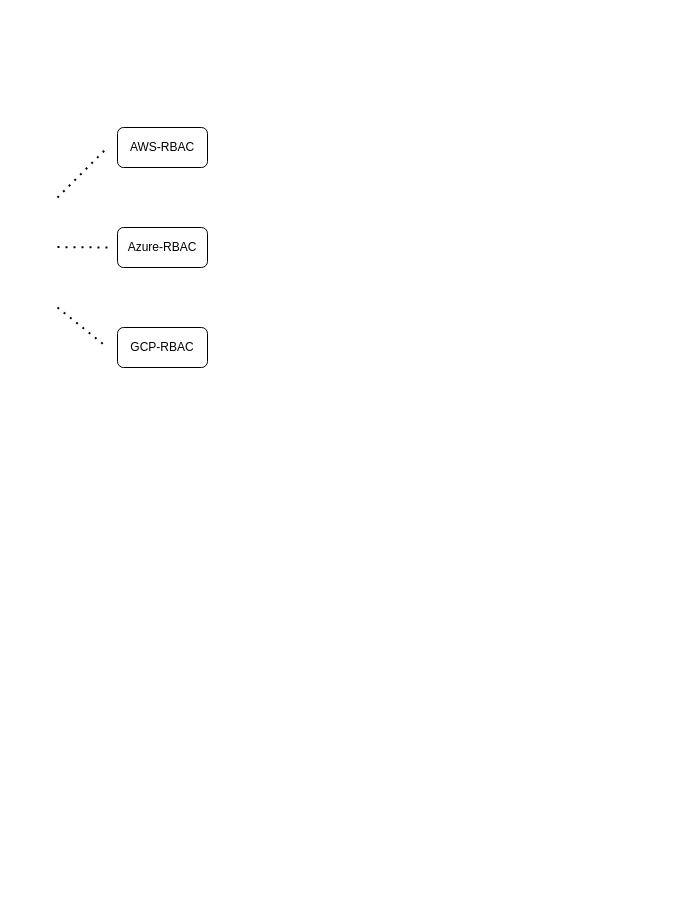
Above: Terraform-Cloud-RBAC.drawio in Tonyfu09/AWS (draw.io), before the change. Source tidied: cells renumbered, new cells numbered last; positions are measured from the earlier drawing's top-left corner, leaving out a move shared by most shapes. Both pictures are drawn from the tidied source at 100%, with x=0, y=0 at pixel (57, 127). Pictures stored in the file or linked from it are replaced by grey dashed boxes.
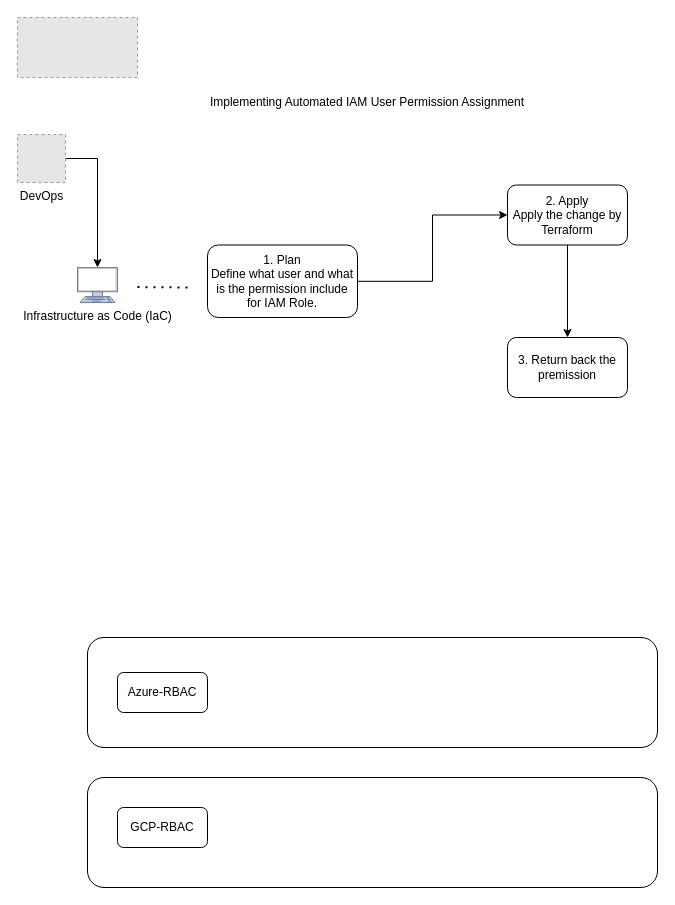
The same diagram, later.

The edit, as a diff of the source:
```diff
@@
 <mxGraphModel>
   <root>
     <mxCell id="0" />
     <mxCell id="1" parent="0" />
+    <mxCell id="8" style="rounded=1;whiteSpace=wrap;html=1;fillColor=none;" parent="1" vertex="1">
+      <mxGeometry x="30" y="510" width="570" height="110" as="geometry" />
+    </mxCell>
+    <mxCell id="9" style="rounded=1;whiteSpace=wrap;html=1;fillColor=none;" parent="1" vertex="1">
+      <mxGeometry x="30" y="650" width="570" height="110" as="geometry" />
+    </mxCell>
+    <mxCell id="10" style="edgeStyle=orthogonalEdgeStyle;rounded=0;jettySize=auto;html=1;" parent="1" edge="1" source="2" target="17">
+      <mxGeometry relative="1" as="geometry" />
+    </mxCell>
-    <mxCell id="2" value="AWS-RBAC" style="rounded=1;whiteSpace=wrap;html=1;" parent="1" vertex="1">
-      <mxGeometry x="60" width="90" height="40" as="geometry" />
+    <mxCell id="2" value="1. Plan &lt;br&gt;Define what user and what is the permission include for IAM Role." style="rounded=1;whiteSpace=wrap;html=1;gradientColor=none;" parent="1" vertex="1">
+      <mxGeometry x="150" y="117.5" width="150" height="72.5" as="geometry" />
     </mxCell>
     <mxCell id="3" value="Azure-RBAC" style="rounded=1;whiteSpace=wrap;html=1;" parent="1" vertex="1">
-      <mxGeometry x="60" y="100" width="90" height="40" as="geometry" />
+      <mxGeometry x="60" y="545" width="90" height="40" as="geometry" />
     </mxCell>
     <mxCell id="4" value="GCP-RBAC" style="rounded=1;whiteSpace=wrap;html=1;" parent="1" vertex="1">
-      <mxGeometry x="60" y="200" width="90" height="40" as="geometry" />
+      <mxGeometry x="60" y="680" width="90" height="40" as="geometry" />
     </mxCell>
-    <mxCell id="5" style="endArrow=none;dashed=1;html=1;dashPattern=1 3;strokeWidth=2;rounded=0;" parent="1" edge="1">
-      <mxGeometry relative="1" as="geometry">
-        <mxPoint y="70" as="sourcePoint" />
-        <mxPoint x="50" y="20" as="targetPoint" />
-      </mxGeometry>
-    </mxCell>
     <mxCell id="6" style="endArrow=none;dashed=1;html=1;dashPattern=1 3;strokeWidth=2;rounded=0;" parent="1" edge="1">
       <mxGeometry relative="1" as="geometry">
-        <mxPoint y="119.6" as="sourcePoint" />
-        <mxPoint x="50" y="120" as="targetPoint" />
+        <mxPoint x="80" y="159.6" as="sourcePoint" />
+        <mxPoint x="130" y="160" as="targetPoint" />
       </mxGeometry>
     </mxCell>
-    <mxCell id="7" style="endArrow=none;dashed=1;html=1;dashPattern=1 3;strokeWidth=2;rounded=0;" parent="1" edge="1">
-      <mxGeometry relative="1" as="geometry">
-        <mxPoint y="180" as="sourcePoint" />
-        <mxPoint x="50" y="220" as="targetPoint" />
-      </mxGeometry>
-    </mxCell>
+    <mxCell id="11" style="fillColor=#E6E6E6;strokeColor=#999999;dashed=1;verticalLabelPosition=bottom;verticalAlign=top;" parent="1" vertex="1">
+      <mxGeometry x="-40" y="-110" width="120" height="60" as="geometry" />
+    </mxCell>
+    <mxCell id="12" value="&lt;font color=&quot;#000000&quot;&gt;Infrastructure as Code (IaC)&lt;/font&gt;" style="fontColor=#0066CC;verticalAlign=top;verticalLabelPosition=bottom;labelPosition=center;align=center;html=1;outlineConnect=0;fillColor=#CCCCCC;strokeColor=#6881B3;gradientColor=none;gradientDirection=north;strokeWidth=2;shape=mxgraph.networks.terminal;" parent="1" vertex="1">
+      <mxGeometry x="20" y="140" width="40" height="35" as="geometry" />
+    </mxCell>
+    <mxCell id="13" style="edgeStyle=orthogonalEdgeStyle;rounded=0;jettySize=auto;html=1;" parent="1" edge="1" source="14" target="12">
+      <mxGeometry relative="1" as="geometry" />
+    </mxCell>
+    <mxCell id="14" value="DevOps" style="fillColor=#E6E6E6;strokeColor=#999999;dashed=1;html=1;verticalAlign=top;verticalLabelPosition=bottom;labelBackgroundColor=#ffffff;" parent="1" vertex="1">
+      <mxGeometry x="-40" y="7" width="48" height="48" as="geometry" />
+    </mxCell>
+    <mxCell id="15" value="Implementing Automated IAM User Permission Assignment" style="text;html=1;strokeColor=none;fillColor=none;align=center;verticalAlign=middle;whiteSpace=wrap;rounded=0;" parent="1" vertex="1">
+      <mxGeometry x="140" y="-40" width="340" height="30" as="geometry" />
+    </mxCell>
+    <mxCell id="16" style="edgeStyle=orthogonalEdgeStyle;rounded=0;jettySize=auto;html=1;" parent="1" edge="1" source="17" target="18">
+      <mxGeometry relative="1" as="geometry" />
+    </mxCell>
+    <mxCell id="17" value="2. Apply&lt;br&gt;Apply the change by Terraform" style="whiteSpace=wrap;html=1;rounded=1;gradientColor=none;" parent="1" vertex="1">
+      <mxGeometry x="450" y="57.5" width="120" height="60" as="geometry" />
+    </mxCell>
+    <mxCell id="18" value="3. Return back the premission" style="whiteSpace=wrap;html=1;rounded=1;gradientColor=none;" parent="1" vertex="1">
+      <mxGeometry x="450" y="210" width="120" height="60" as="geometry" />
+    </mxCell>
   </root>
 </mxGraphModel>
```
